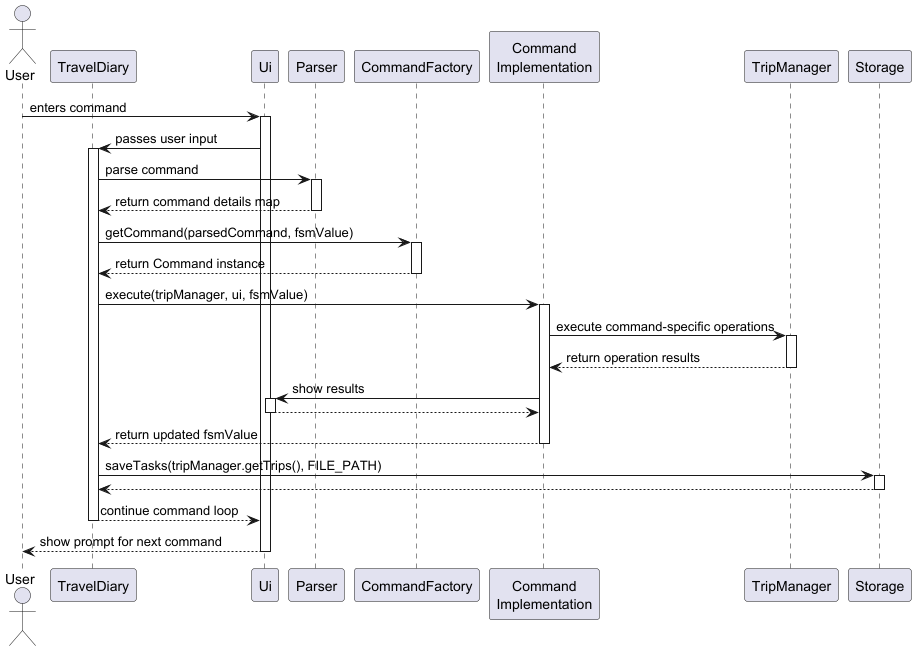
Earlier version of the PlantUML export docs/puml_pics/TravelDiarySequenceDiagram.png (ojassurana/tp).
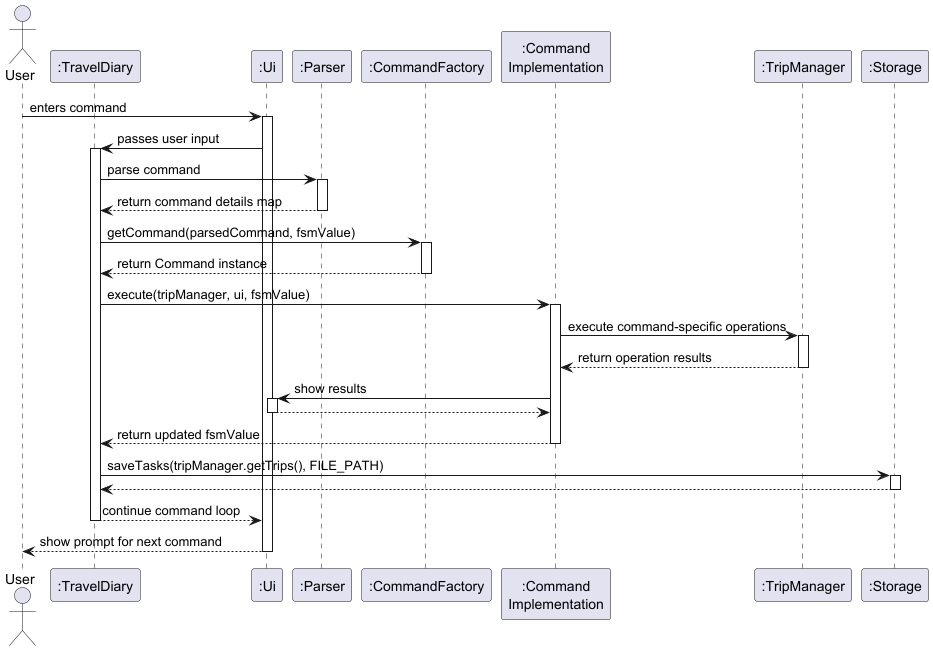
The same diagram one commit later.

Diff of the diagram source:
```diff
@@ -1,13 +1,13 @@
 @startuml TravelDiarySequenceDiagram
 
 actor User
-participant TravelDiary as Main
-participant Ui
-participant Parser
-participant CommandFactory
-participant "Command\nImplementation" as Command
-participant TripManager
-participant Storage
+participant ":TravelDiary" as Main
+participant ":Ui" as Ui
+participant ":Parser" as Parser
+participant ":CommandFactory" as CommandFactory
+participant ":Command\nImplementation" as Command
+participant ":TripManager" as TripManager
+participant ":Storage" as Storage
 
 User -> Ui : enters command
 activate Ui
```
